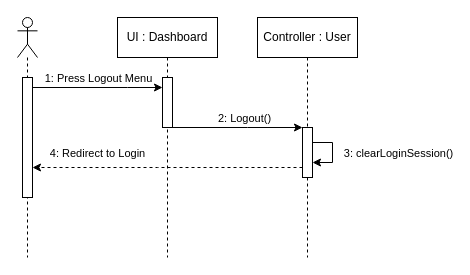
This is page "Logout" (4 of 28) of UML/Sequence Web.drawio from DevinWilliady/KendaraanBekasUML, a draw.io file, before an edit. Source tidied: cells renumbered, new cells numbered last; positions are measured from the earlier drawing's top-left corner, leaving out a move shared by most shapes. Both pictures are drawn from the tidied source at 100%, with x=0, y=0 at pixel (17, 17).
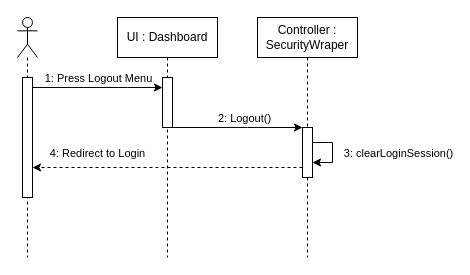
The same page after the edit.

The edit, as a diff of the source:
```diff
@@
-    <mxCell id="6" value="Controller : User" style="shape=umlLifeline;perimeter=lifelinePerimeter;whiteSpace=wrap;html=1;" parent="1" vertex="1">
+    <mxCell id="6" value="Controller : SecurityWraper" style="shape=umlLifeline;perimeter=lifelinePerimeter;whiteSpace=wrap;html=1;" parent="1" vertex="1">
       <mxGeometry x="240" width="100" height="240" as="geometry" />
     </mxCell>
```
